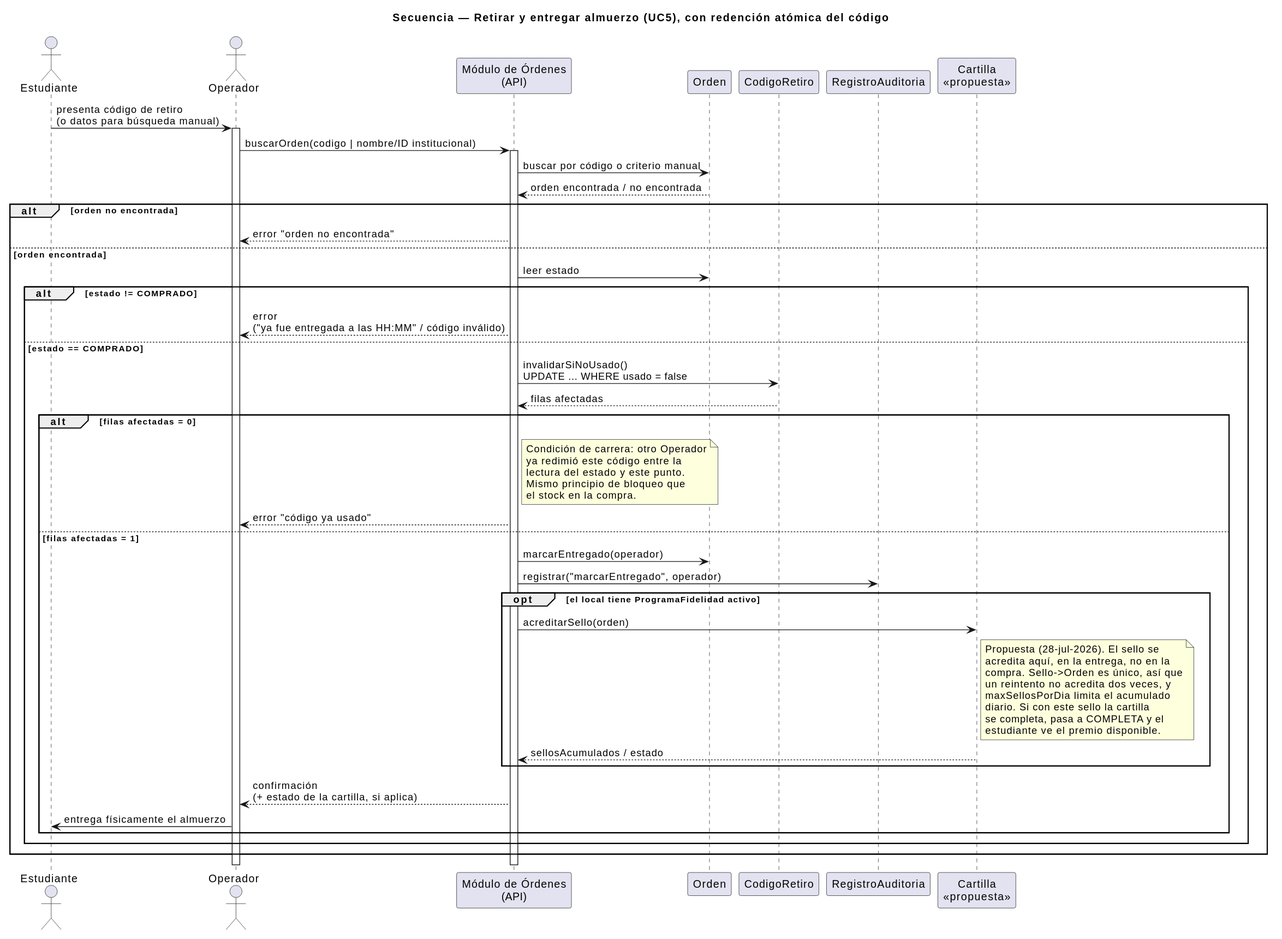
Jesus-JB/aliflow keeps this PlantUML diagram as Entregables/uml/secuencia-retiro-entrega.svg. Above is the earlier version.
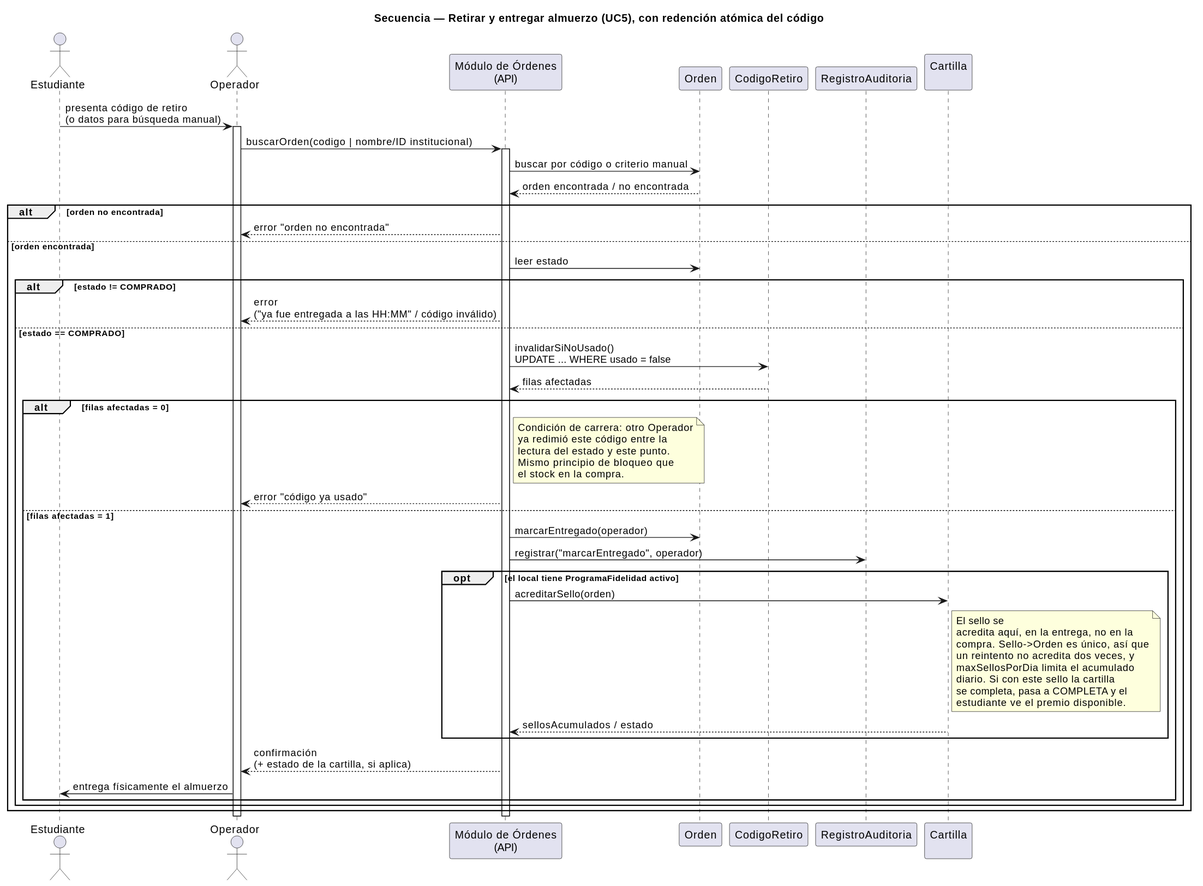
The same file after the commit.

What changed in the source:
```diff
@@ -7,7 +7,7 @@
 participant "Orden" as Orden
 participant "CodigoRetiro" as Codigo
 participant "RegistroAuditoria" as Audit
-participant "Cartilla\n<<propuesta>>" as Cartilla
+participant "Cartilla\n" as Cartilla
 
 Estudiante -> Operador : presenta código de retiro\n(o datos para búsqueda manual)
 activate Operador
@@ -44,7 +44,7 @@
       opt el local tiene ProgramaFidelidad activo
         API -> Cartilla : acreditarSello(orden)
         note right of Cartilla
-          Propuesta (28-jul-2026). El sello se
+          El sello se
           acredita aquí, en la entrega, no en la
           compra. Sello->Orden es único, así que
           un reintento no acredita dos veces, y
```
